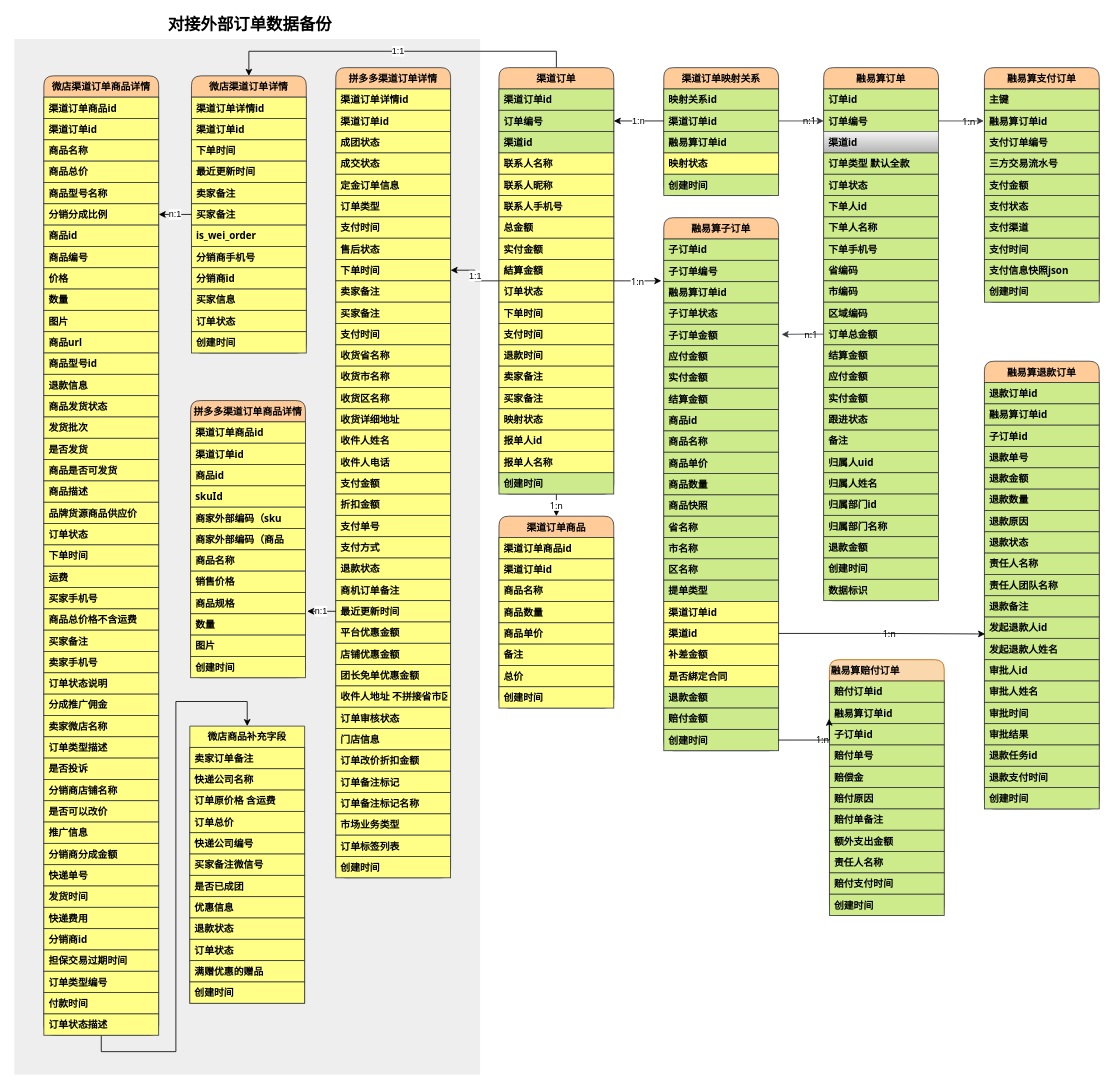
Above: 渠道订单DB.drawio in zhaoershuang/flow-chart (draw.io), before the change. Source tidied: cells renumbered, new cells numbered last; positions are measured from the earlier drawing's top-left corner, leaving out a move shared by most shapes. Both pictures are drawn from the tidied source at 82%, with x=0, y=0 at pixel (14, 15).
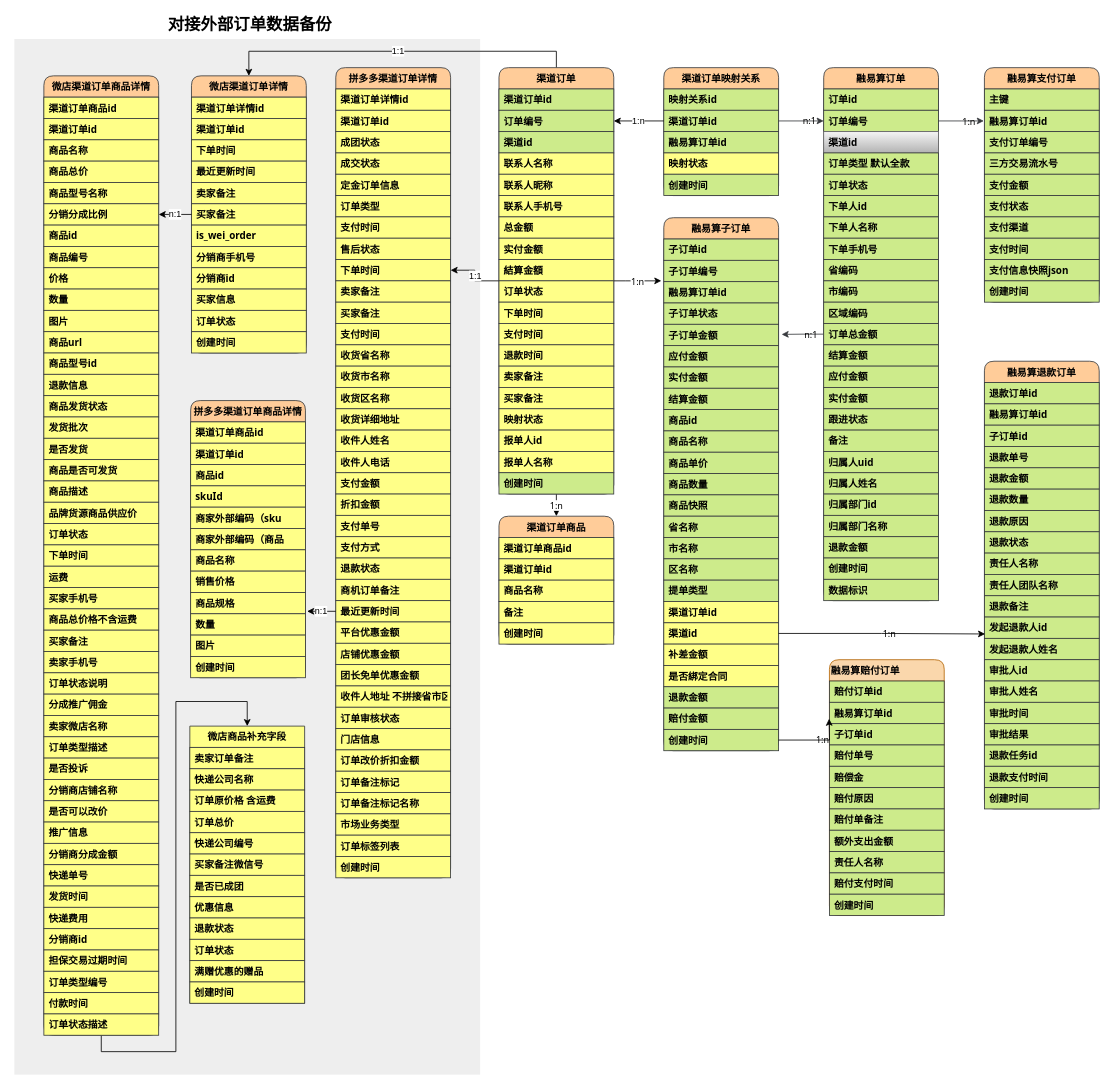
The same page after the edit.

Commit message:
更新渠道订单DB.drawio

Change to the diagram source:
```diff
@@
     <mxCell id="27" value="渠道订单商品" style="swimlane;fontStyle=1;horizontal=1;startSize=26;rounded=1;fontFamily=Tahoma;fillColor=#ffcc99;strokeColor=#36393d;" parent="1" vertex="1">
-      <mxGeometry x="591" y="611" width="140" height="234" as="geometry" />
+      <mxGeometry x="591" y="611" width="140" height="156" as="geometry" />
     </mxCell>
@@
-    <mxCell id="31" value="商品数量" style="text;align=left;verticalAlign=top;spacingLeft=4;spacingRight=4;overflow=hidden;fontStyle=1;fontFamily=Tahoma;fillColor=#ffff88;strokeColor=#36393d;" parent="27" vertex="1">
-      <mxGeometry y="104" width="140" height="26" as="geometry" />
-    </mxCell>
-    <mxCell id="32" value="商品单价" style="text;align=left;verticalAlign=top;spacingLeft=4;spacingRight=4;overflow=hidden;fontStyle=1;fontFamily=Tahoma;fillColor=#ffff88;strokeColor=#36393d;" parent="27" vertex="1">
-      <mxGeometry y="130" width="140" height="26" as="geometry" />
-    </mxCell>
     <mxCell id="33" value="备注" style="text;align=left;verticalAlign=top;spacingLeft=4;spacingRight=4;overflow=hidden;fontStyle=1;fontFamily=Tahoma;fillColor=#ffff88;strokeColor=#36393d;" parent="27" vertex="1">
-      <mxGeometry y="156" width="140" height="26" as="geometry" />
+      <mxGeometry y="104" width="140" height="26" as="geometry" />
     </mxCell>
-    <mxCell id="34" value="总价" style="text;align=left;verticalAlign=top;spacingLeft=4;spacingRight=4;overflow=hidden;fontStyle=1;fontFamily=Tahoma;fillColor=#ffff88;strokeColor=#36393d;" parent="27" vertex="1">
-      <mxGeometry y="182" width="140" height="26" as="geometry" />
-    </mxCell>
     <mxCell id="35" value="创建时间" style="text;align=left;verticalAlign=top;spacingLeft=4;spacingRight=4;overflow=hidden;fontStyle=1;fontFamily=Tahoma;fillColor=#ffff88;strokeColor=#36393d;" parent="27" vertex="1">
-      <mxGeometry y="208" width="140" height="26" as="geometry" />
+      <mxGeometry y="130" width="140" height="26" as="geometry" />
     </mxCell>
```
